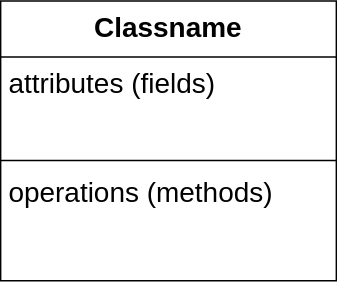
Above: static/images/5/410_5_classbox.svg in ksu-cs-textbooks/cc410 (draw.io), before the change. Source tidied: cells renumbered, new cells last; positions are measured from the earlier drawing's top-left corner, leaving out a move shared by most shapes.
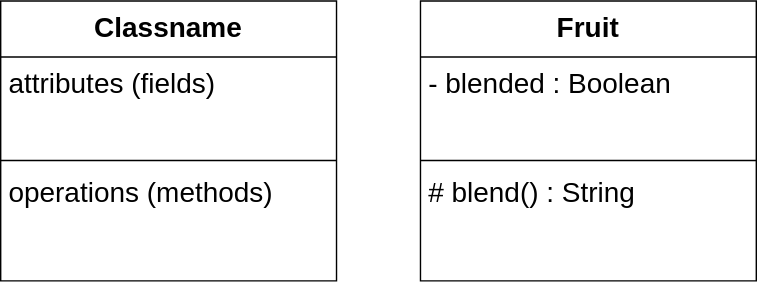
The same file after the commit.

Commit message:
Add UML Example

Change to the diagram source:
```diff
@@ -14,5 +14,17 @@
     <mxCell id="5" value="operations (methods)" style="text;strokeColor=none;fillColor=none;align=left;verticalAlign=top;spacingLeft=4;spacingRight=4;overflow=hidden;fontSize=20;" parent="2" vertex="1">
       <mxGeometry y="118" width="240" height="82" as="geometry" />
     </mxCell>
+    <mxCell id="6" value="Fruit" style="swimlane;fontStyle=1;align=center;verticalAlign=top;horizontal=1;startSize=40;fontSize=20;" parent="1" vertex="1">
+      <mxGeometry x="300" width="240" height="200" as="geometry" />
+    </mxCell>
+    <mxCell id="7" value="- blended : Boolean" style="text;strokeColor=none;fillColor=none;align=left;verticalAlign=top;spacingLeft=4;spacingRight=4;overflow=hidden;fontSize=20;" parent="6" vertex="1">
+      <mxGeometry y="40" width="240" height="70" as="geometry" />
+    </mxCell>
+    <mxCell id="8" style="line;strokeWidth=1;fillColor=none;align=left;verticalAlign=middle;spacingTop=-1;spacingLeft=3;spacingRight=3;labelPosition=right;" parent="6" vertex="1">
+      <mxGeometry y="110" width="240" height="8" as="geometry" />
+    </mxCell>
+    <mxCell id="9" value="# blend() : String" style="text;strokeColor=none;fillColor=none;align=left;verticalAlign=top;spacingLeft=4;spacingRight=4;overflow=hidden;fontSize=20;" parent="6" vertex="1">
+      <mxGeometry y="118" width="240" height="82" as="geometry" />
+    </mxCell>
   </root>
 </mxGraphModel>
```
